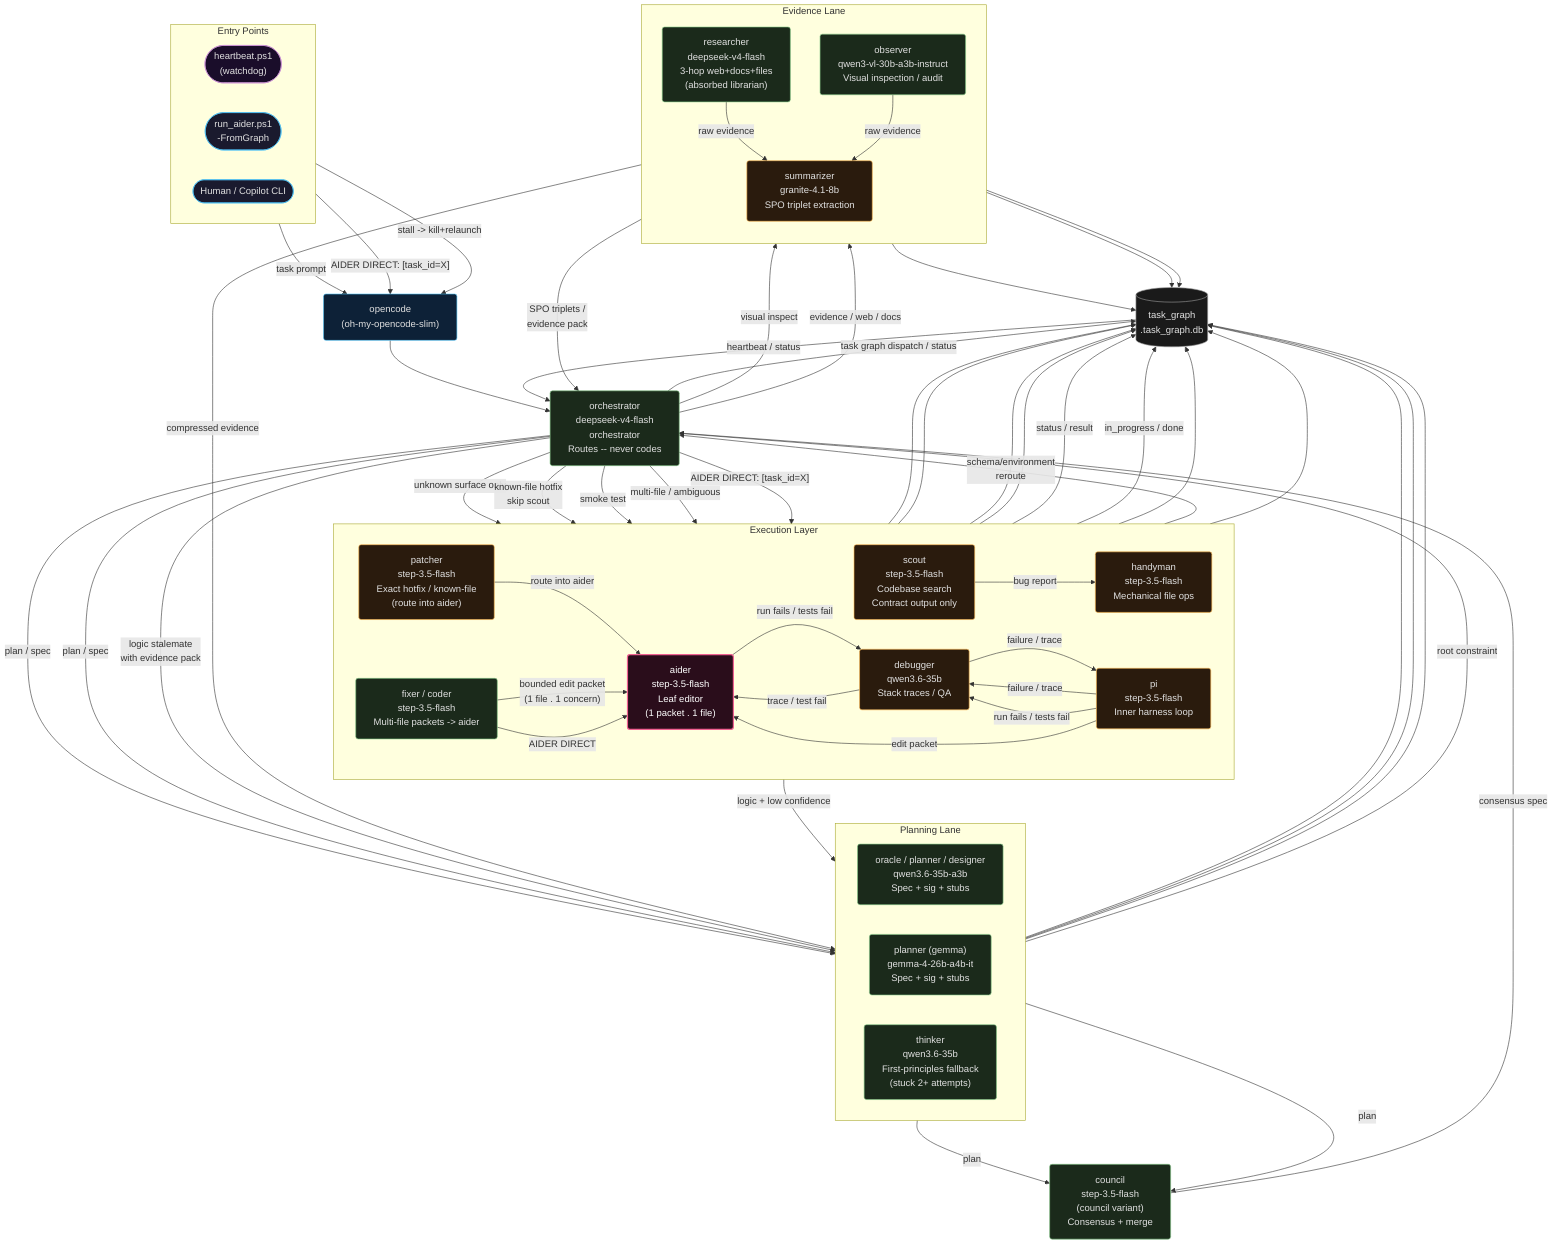
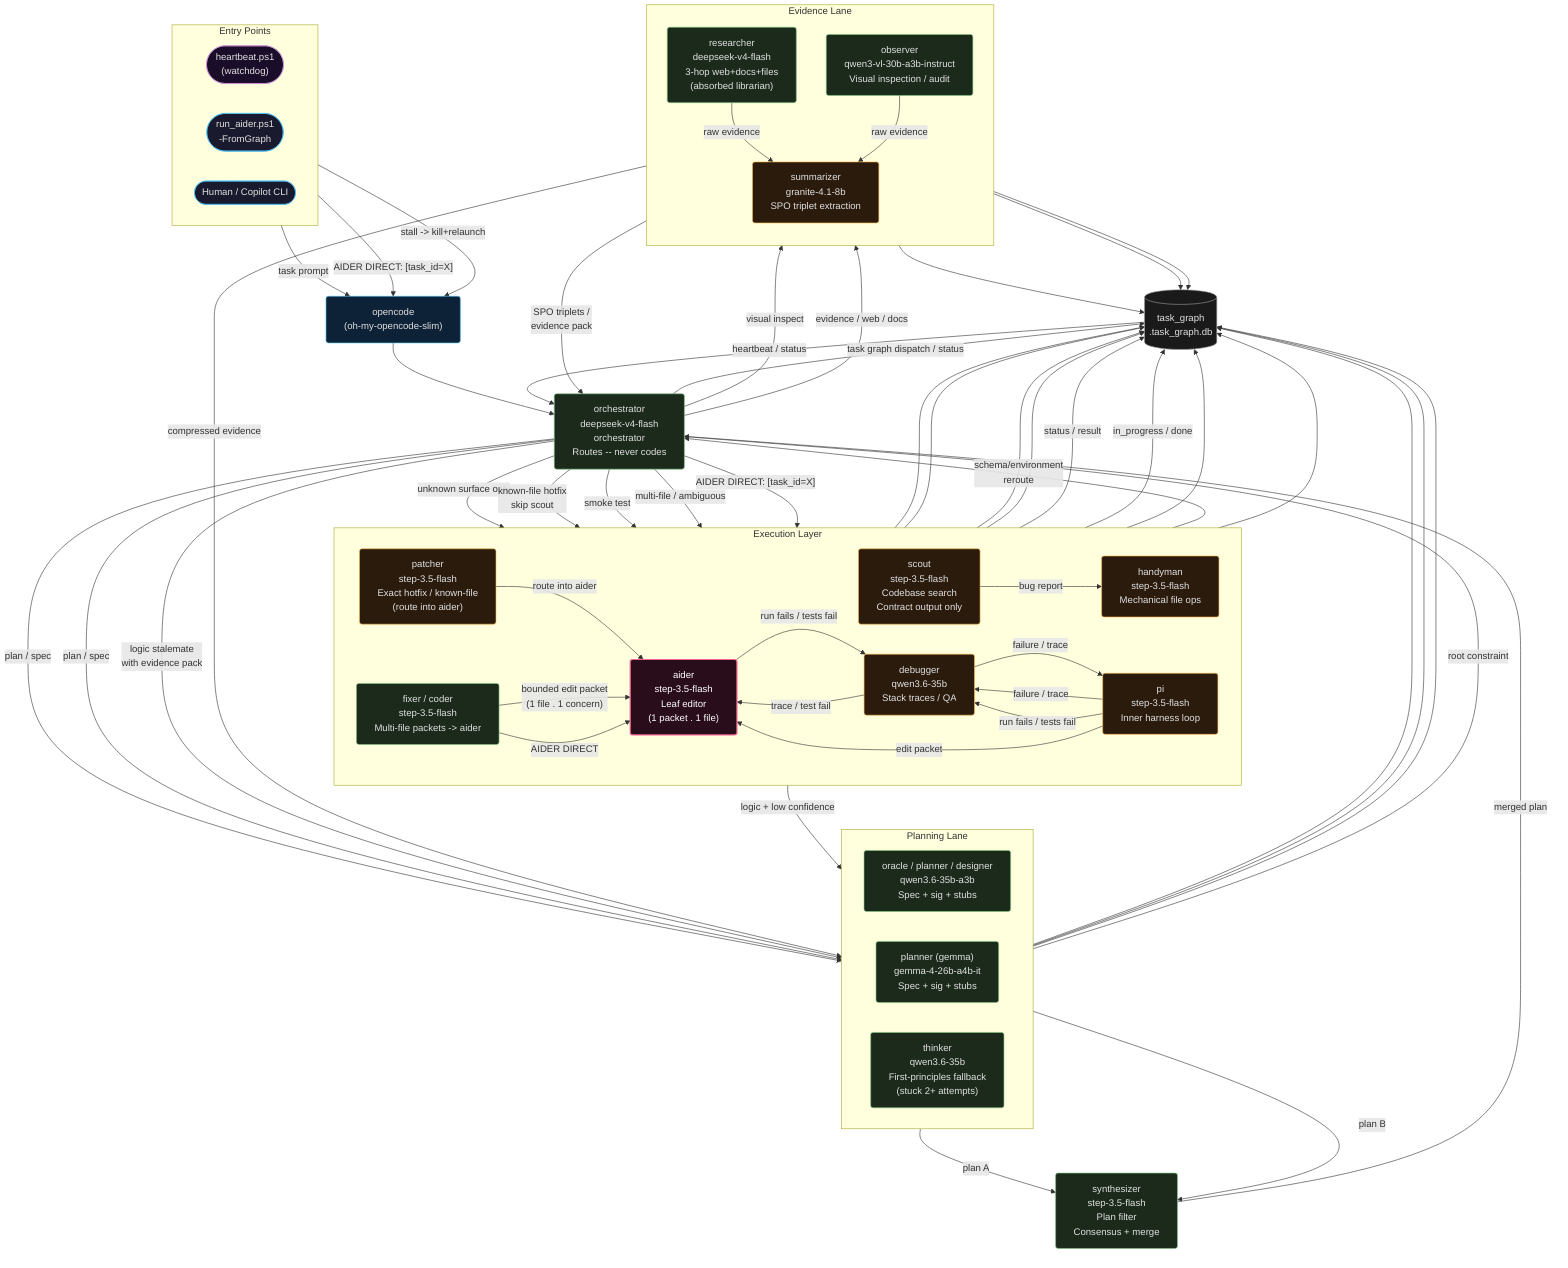
- ﻿flowchart TD
+ flowchart TD
    subgraph ENTRIES ["Entry Points"]
        direction LR
        HB(["heartbeat.ps1\n(watchdog)"])
        RAG(["run_aider.ps1\n-FromGraph"])
        HUMAN(["Human / Copilot CLI"])
    end

    OC["opencode\n(oh-my-opencode-slim)"]
    ORCH["orchestrator\ndeepseek-v4-flash\norchestrator\nRoutes -- never codes"]
    DB[("task_graph\n.task_graph.db")]
-     COUNCIL["council\nstep-3.5-flash\n(council variant)\nConsensus + merge"]
+     SYNTHESIZER["synthesizer\nstep-3.5-flash\nPlan filter\nConsensus + merge"]

    subgraph EXEC ["Execution Layer"]
        direction LR
        SCOUT["scout\nstep-3.5-flash\nCodebase search\nContract output only"]
        PATCHER["patcher\nstep-3.5-flash\nExact hotfix / known-file\n(route into aider)"]
        PI["pi\nstep-3.5-flash\nInner harness loop"]
        FIXER["fixer / coder\nstep-3.5-flash\nMulti-file packets -> aider"]
        AIDER["aider\nstep-3.5-flash\nLeaf editor\n(1 packet . 1 file)"]
        DEBUGGER["debugger\nqwen3.6-35b\nStack traces / QA"]
        HANDYMAN["handyman\nstep-3.5-flash\nMechanical file ops"]
    end

    subgraph PLAN ["Planning Lane"]
        direction LR
        ORACLE["oracle / planner / designer\nqwen3.6-35b-a3b\nSpec + sig + stubs"]
        GEMMA_PLANNER["planner (gemma)\ngemma-4-26b-a4b-it\nSpec + sig + stubs"]
        THINKER["thinker\nqwen3.6-35b\nFirst-principles fallback\n(stuck 2+ attempts)"]
    end

    subgraph EVIDENCE ["Evidence Lane"]
        direction TB
        OBSERVER["observer\nqwen3-vl-30b-a3b-instruct\nVisual inspection / audit"]
        RESEARCHER["researcher\ndeepseek-v4-flash\n3-hop web+docs+files\n(absorbed librarian)"]
        SUMMARIZER["summarizer\ngranite-4.1-8b\nSPO triplet extraction"]
    end

    HUMAN -->|"task prompt"| OC
    RAG -->|"AIDER DIRECT: [task_id=X]"| OC
    HB -->|"stall -> kill+relaunch"| OC
    OC --> ORCH
    ORCH -->|"task graph dispatch / status"| DB

    ORCH -->|"unknown surface only"| SCOUT
    ORCH -->|"known-file hotfix\nskip scout"| PATCHER
    ORCH -->|"smoke test"| PI
    ORCH -->|"multi-file / ambiguous"| FIXER
    ORCH -->|"plan / spec"| ORACLE
    ORCH -->|"plan / spec"| GEMMA_PLANNER
    ORCH -->|"logic stalemate\nwith evidence pack"| THINKER
    ORCH -->|"visual inspect"| OBSERVER
    ORCH -->|"evidence / web / docs"| RESEARCHER
    ORCH -->|"AIDER DIRECT: [task_id=X]"| AIDER

    SCOUT --> DB
    SCOUT -->|"bug report"| HANDYMAN
    PATCHER --> DB
    PATCHER -->|"route into aider"| AIDER
    PI -->|"failure / trace"| DEBUGGER
    PI -->|"run fails / tests fail"| DEBUGGER
    PI -->|"edit packet"| AIDER
    PI --> DB
    FIXER --> DB
    FIXER -->|"status / result"| DB
    FIXER -->|"bounded edit packet\n(1 file . 1 concern)"| AIDER
    FIXER -->|"AIDER DIRECT"| AIDER
    AIDER -->|"in_progress / done"| DB
    AIDER -->|"run fails / tests fail"| DEBUGGER
    DEBUGGER --> DB
    DEBUGGER -->|"failure / trace"| PI
    DEBUGGER -->|"trace / test fail"| AIDER
    DEBUGGER -->|"schema/environment\nreroute"| ORCH
    DEBUGGER -->|"logic + low confidence"| THINKER
    ORACLE --> DB
-     ORACLE -->|"plan"| COUNCIL
+     ORACLE -->|"plan A"| SYNTHESIZER
    GEMMA_PLANNER --> DB
-     GEMMA_PLANNER -->|"plan"| COUNCIL
-     COUNCIL -->|"consensus spec"| ORCH
+     GEMMA_PLANNER -->|"plan B"| SYNTHESIZER
+     SYNTHESIZER -->|"merged plan"| ORCH
    THINKER --> DB
    THINKER -->|"root constraint"| ORCH
    RESEARCHER --> DB
    RESEARCHER -->|"raw evidence"| SUMMARIZER
    SUMMARIZER --> DB
    SUMMARIZER -->|"SPO triplets /\nevidence pack"| ORCH
    SUMMARIZER -->|"compressed evidence"| THINKER
    OBSERVER --> DB
    OBSERVER -->|"raw evidence"| SUMMARIZER
    HANDYMAN --> DB
    DB -->|"heartbeat / status"| ORCH

    classDef entry fill:#1a1a2e,stroke:#4fc3f7,color:#e0e0e0,rx:8
    classDef shell fill:#0d2137,stroke:#4fc3f7,color:#e0e0e0,rx:4
    classDef primary fill:#1b2a1b,stroke:#81c784,color:#e0e0e0,rx:4
    classDef subagent fill:#2a1b0d,stroke:#ffb74d,color:#e0e0e0,rx:4
    classDef leaf fill:#2a0d1b,stroke:#f06292,color:#ffffff,rx:4,stroke-width:2px
    classDef db fill:#1a1a1a,stroke:#9e9e9e,color:#e0e0e0
    classDef watchdog fill:#1a0d2a,stroke:#ce93d8,color:#e0e0e0,rx:8

    class HUMAN,RAG entry
    class HB watchdog
    class OC shell
-     class ORCH,ORACLE,GEMMA_PLANNER,THINKER,OBSERVER,RESEARCHER,FIXER,COUNCIL primary
+     class ORCH,ORACLE,GEMMA_PLANNER,THINKER,OBSERVER,RESEARCHER,FIXER,SYNTHESIZER primary
    class SCOUT,PATCHER,PI,DEBUGGER,HANDYMAN,SUMMARIZER subagent
    class AIDER leaf
    class DB db



